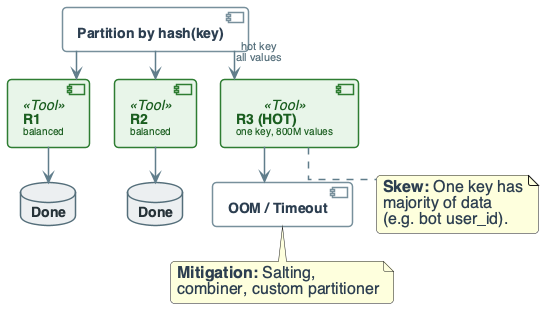
Before: diagrams/week7/week7_lecture_slide42_failure_skew.png, a diagram exported from PlantUML (OrPerets/data-engineering-course).
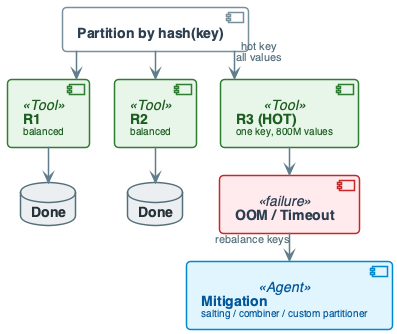
After the commit.

The edit, as a diff of the source:
```diff
@@ -122,7 +122,8 @@
 component "**R1**\n<size:10>balanced</size>" as R1 <<Tool>>
 component "**R2**\n<size:10>balanced</size>" as R2 <<Tool>>
 component "**R3 (HOT)**\n<size:10>one key, 800M values</size>" as R3 <<Tool>>
-component "**OOM / Timeout**" as FAIL
+component "**OOM / Timeout**" as FAIL <<failure>>
+component "**Mitigation**\n<size:10>salting / combiner / custom partitioner</size>" as FIX <<Agent>>
 
 database "**Done**" as D1
 database "**Done**" as D2
@@ -133,16 +134,6 @@
 R1 --> D1
 R2 --> D2
 R3 --> FAIL
-
-note bottom of R3
-  **Skew:** One key has
-  majority of data
-  (e.g. bot user_id).
-end note
-
-note bottom of FAIL
-  **Mitigation:** Salting,
-  combiner, custom partitioner
-end note
+FAIL --> FIX : "rebalance keys"
 
 @enduml
```
